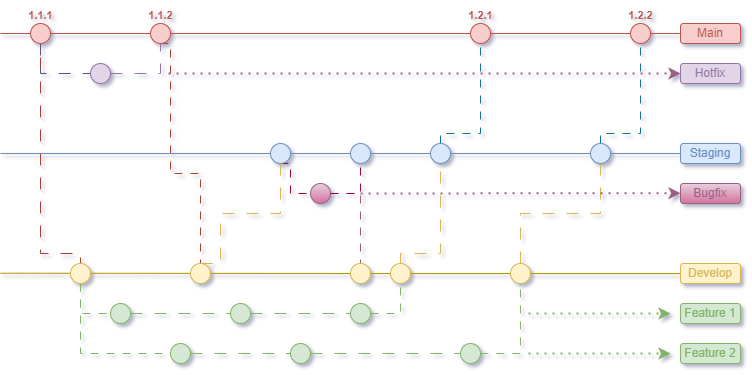
Earlier version of the draw.io export Diagrama de flujo.png (ORT-Proyecto-DevOps/repo-devops). Source tidied: cells renumbered, new cells last; positions are measured from the earlier drawing's top-left corner, leaving out a move shared by most shapes.
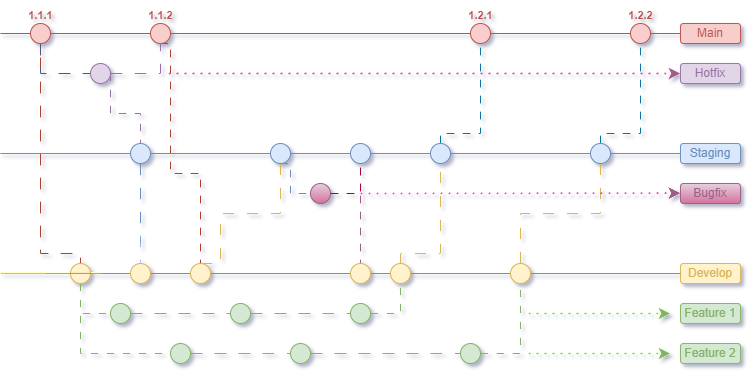
After the change.

Commit message:
Update de diagrama de flujo

Change to the diagram source:
```diff
@@ -193,6 +193,14 @@
     <mxCell id="49" value="&lt;font color=&quot;#9673a6&quot;&gt;Hotfix&lt;/font&gt;" style="rounded=1;whiteSpace=wrap;html=1;fillColor=#e1d5e7;strokeColor=#9673a6;shadow=0;glass=0;" parent="1" vertex="1">
       <mxGeometry x="680" y="63" width="60" height="20" as="geometry" />
     </mxCell>
+    <mxCell id="69" style="edgeStyle=orthogonalEdgeStyle;rounded=0;jettySize=auto;html=1;exitX=1;exitY=0.5;exitDx=0;exitDy=0;strokeColor=#9673A6;dashed=1;dashPattern=8 8;endArrow=none;endFill=0;" parent="1" edge="1" source="50" target="72">
+      <mxGeometry relative="1" as="geometry">
+        <Array as="points">
+          <mxPoint x="110" y="113" />
+          <mxPoint x="140" y="113" />
+        </Array>
+      </mxGeometry>
+    </mxCell>
     <mxCell id="50" style="ellipse;whiteSpace=wrap;html=1;fillColor=#e1d5e7;strokeColor=#9673a6;shadow=0;" parent="1" vertex="1">
       <mxGeometry x="90" y="63" width="20" height="20" as="geometry" />
     </mxCell>
@@ -223,12 +231,10 @@
     <mxCell id="55" value="&lt;font color=&quot;#996185&quot;&gt;Bugfix&lt;/font&gt;" style="rounded=1;whiteSpace=wrap;html=1;fillColor=#e6d0de;strokeColor=#996185;shadow=0;glass=0;gradientColor=#d5739d;" parent="1" vertex="1">
       <mxGeometry x="680" y="183" width="60" height="20" as="geometry" />
     </mxCell>
-    <mxCell id="56" style="endArrow=none;html=1;rounded=0;fillColor=#dae8fc;strokeColor=#6c8ebf;shadow=0;" parent="1" edge="1" target="58">
-      <mxGeometry relative="1" as="geometry">
-        <mxPoint y="153" as="sourcePoint" />
-      </mxGeometry>
+    <mxCell id="56" style="endArrow=none;html=1;rounded=0;fillColor=#dae8fc;strokeColor=#6c8ebf;shadow=0;" parent="1" edge="1" source="72" target="58">
+      <mxGeometry relative="1" as="geometry" />
     </mxCell>
-    <mxCell id="57" style="edgeStyle=orthogonalEdgeStyle;rounded=0;jettySize=auto;html=1;exitX=0.5;exitY=1;exitDx=0;exitDy=0;entryX=0;entryY=0.5;entryDx=0;entryDy=0;endArrow=none;endFill=0;dashed=1;dashPattern=8 8;fillColor=#d80073;strokeColor=#A50040;shadow=0;" parent="1" edge="1" source="58" target="60">
+    <mxCell id="57" style="edgeStyle=orthogonalEdgeStyle;rounded=0;jettySize=auto;html=1;exitX=0.5;exitY=1;exitDx=0;exitDy=0;entryX=0;entryY=0.5;entryDx=0;entryDy=0;endArrow=none;endFill=0;dashed=1;dashPattern=8 8;fillColor=#d80073;strokeColor=#6C8EBF;shadow=0;" parent="1" edge="1" source="58" target="60">
       <mxGeometry relative="1" as="geometry">
         <Array as="points">
           <mxPoint x="290" y="163" />
@@ -261,10 +267,8 @@
         </Array>
       </mxGeometry>
     </mxCell>
-    <mxCell id="64" style="endArrow=none;html=1;rounded=0;fillColor=#e3c800;strokeColor=#B09500;shadow=0;entryX=0;entryY=0.5;entryDx=0;entryDy=0;" parent="1" edge="1" target="65">
-      <mxGeometry relative="1" as="geometry">
-        <mxPoint y="272.7" as="sourcePoint" />
-      </mxGeometry>
+    <mxCell id="64" style="endArrow=none;html=1;rounded=0;fillColor=#e3c800;strokeColor=#B09500;shadow=0;entryX=0;entryY=0.5;entryDx=0;entryDy=0;" parent="1" edge="1" source="74" target="65">
+      <mxGeometry relative="1" as="geometry" />
     </mxCell>
     <mxCell id="65" style="ellipse;whiteSpace=wrap;html=1;fillColor=#fff2cc;strokeColor=#d6b656;shadow=0;" parent="1" vertex="1">
       <mxGeometry x="350" y="263" width="20" height="20" as="geometry" />
@@ -278,5 +282,26 @@
     <mxCell id="68" style="ellipse;whiteSpace=wrap;html=1;fillColor=#f8cecc;strokeColor=#b85450;shadow=0;" parent="1" vertex="1">
       <mxGeometry x="30" y="23" width="20" height="20" as="geometry" />
     </mxCell>
+    <mxCell id="70" style="endArrow=none;html=1;rounded=0;fillColor=#dae8fc;strokeColor=#6c8ebf;shadow=0;" parent="1" edge="1" target="72">
+      <mxGeometry relative="1" as="geometry">
+        <mxPoint y="153" as="sourcePoint" />
+      </mxGeometry>
+    </mxCell>
+    <mxCell id="71" style="edgeStyle=orthogonalEdgeStyle;rounded=0;jettySize=auto;html=1;exitX=0.5;exitY=1;exitDx=0;exitDy=0;dashed=1;dashPattern=12 12;fillColor=#dae8fc;strokeColor=#6c8ebf;endArrow=none;endFill=0;" parent="1" edge="1" source="72">
+      <mxGeometry relative="1" as="geometry">
+        <mxPoint x="139.7" y="263" as="targetPoint" />
+      </mxGeometry>
+    </mxCell>
+    <mxCell id="72" style="ellipse;whiteSpace=wrap;html=1;fillColor=#dae8fc;strokeColor=#6c8ebf;shadow=0;" parent="1" vertex="1">
+      <mxGeometry x="130" y="143" width="20" height="20" as="geometry" />
+    </mxCell>
+    <mxCell id="73" style="endArrow=none;html=1;rounded=0;fillColor=#e3c800;strokeColor=#B09500;shadow=0;entryX=0;entryY=0.5;entryDx=0;entryDy=0;" parent="1" edge="1" target="74">
+      <mxGeometry relative="1" as="geometry">
+        <mxPoint y="272.7" as="sourcePoint" />
+      </mxGeometry>
+    </mxCell>
+    <mxCell id="74" style="ellipse;whiteSpace=wrap;html=1;fillColor=#fff2cc;strokeColor=#d6b656;shadow=0;" parent="1" vertex="1">
+      <mxGeometry x="130" y="263" width="20" height="20" as="geometry" />
+    </mxCell>
   </root>
 </mxGraphModel>
```
